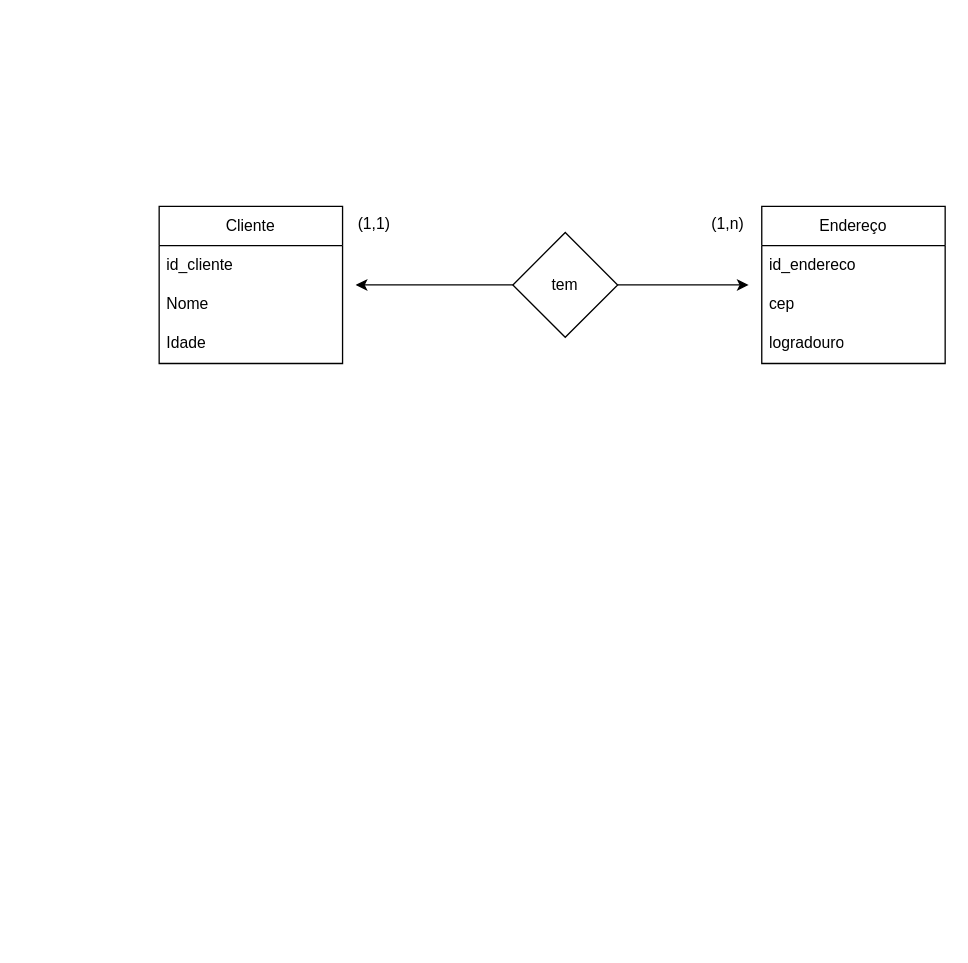
Before: modelo_conceitual.drawio in Heder-Silva-Oliveira/Modelagem_de_dados, a draw.io diagram. Source tidied: cells renumbered, new cells numbered last; positions are measured from the earlier drawing's top-left corner, leaving out a move shared by most shapes. Both pictures are drawn from the tidied source at 131%, with x=0, y=0 at pixel (159, 206).
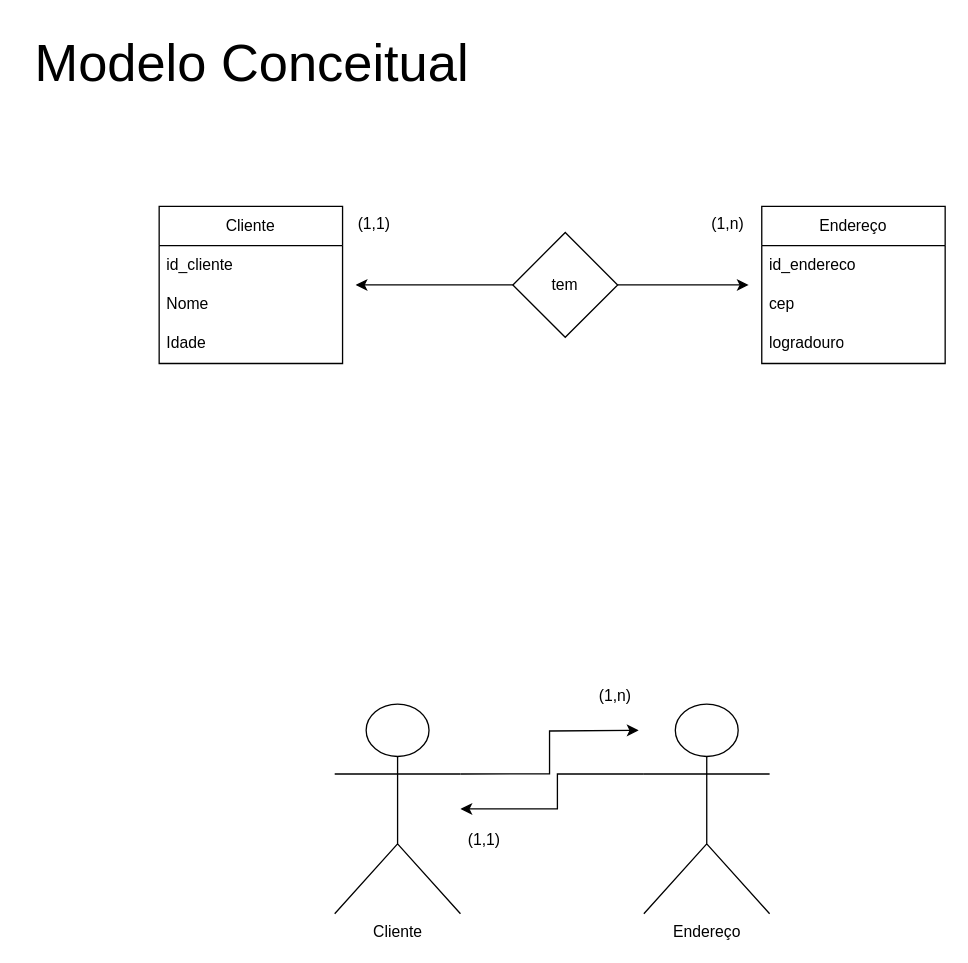
The same diagram, later.

Diff of the diagram source:
```diff
@@
+    <mxCell id="15" style="edgeStyle=orthogonalEdgeStyle;rounded=0;jettySize=auto;html=1;exitX=1;exitY=0.3333333333333333;exitDx=0;exitDy=0;exitPerimeter=0;" parent="1" edge="1" source="16">
+      <mxGeometry relative="1" as="geometry">
+        <mxPoint x="366" y="400" as="targetPoint" />
+      </mxGeometry>
+    </mxCell>
+    <mxCell id="16" value="Cliente" style="shape=umlActor;verticalLabelPosition=bottom;verticalAlign=top;html=1;outlineConnect=0;" parent="1" vertex="1">
+      <mxGeometry x="134" y="380" width="96" height="160" as="geometry" />
+    </mxCell>
+    <mxCell id="17" style="edgeStyle=orthogonalEdgeStyle;rounded=0;jettySize=auto;html=1;exitX=0;exitY=0.3333333333333333;exitDx=0;exitDy=0;exitPerimeter=0;" parent="1" edge="1" source="18" target="16">
+      <mxGeometry relative="1" as="geometry">
+        <Array as="points">
+          <mxPoint x="304" y="433" />
+          <mxPoint x="304" y="460" />
+        </Array>
+      </mxGeometry>
+    </mxCell>
+    <mxCell id="18" value="Endereço" style="shape=umlActor;verticalLabelPosition=bottom;verticalAlign=top;html=1;outlineConnect=0;" parent="1" vertex="1">
+      <mxGeometry x="370" y="380" width="96" height="160" as="geometry" />
+    </mxCell>
+    <mxCell id="19" value="(1,n)" style="text;strokeColor=none;fillColor=none;spacingLeft=4;spacingRight=4;overflow=hidden;fontSize=12;whiteSpace=wrap;html=1;" parent="1" vertex="1">
+      <mxGeometry x="330" y="360" width="40" height="30" as="geometry" />
+    </mxCell>
+    <mxCell id="20" value="(1,1)" style="text;strokeColor=none;fillColor=none;spacingLeft=4;spacingRight=4;overflow=hidden;fontSize=12;whiteSpace=wrap;html=1;" parent="1" vertex="1">
+      <mxGeometry x="230" y="470" width="40" height="30" as="geometry" />
+    </mxCell>
+    <mxCell id="21" value="&lt;font style=&quot;font-size: 40px;&quot;&gt;Modelo Conceitual&lt;/font&gt;" style="text;html=1;align=center;verticalAlign=middle;whiteSpace=wrap;rounded=0;" parent="1" vertex="1">
+      <mxGeometry x="-104" y="-140" width="350" height="60" as="geometry" />
+    </mxCell>
```
